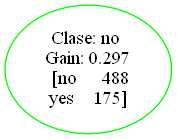
AlejandroFNadal/ia_decision_trees keeps this Graphviz diagram as test_output/gain_ratio.png. Above is the earlier version. Its source is kept beside it as test_output/gain_ratio.dot.
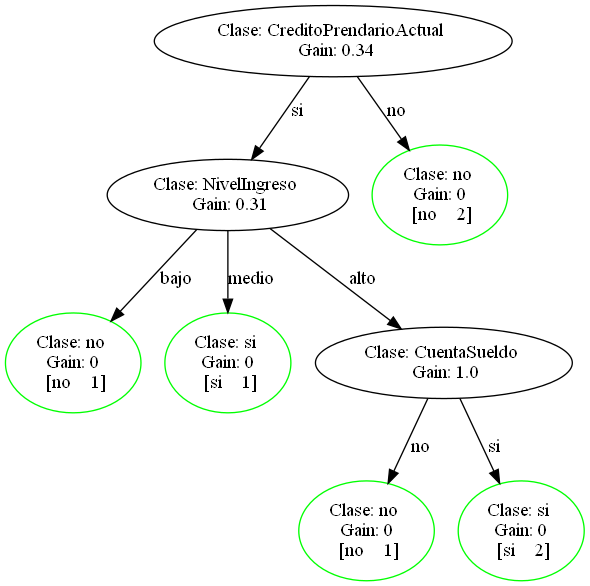
Above is the later version.

Change to the diagram source:
```diff
@@ -1,6 +1,30 @@
 digraph {
-	0 [label="Clase: no
- Gain: 0.297
- [no     488
-yes    175]" color=green]
+	0 [label="Clase: CreditoPrendarioActual
+ Gain: 0.34"]
+	31 [label="Clase: NivelIngreso
+ Gain: 0.31"]
+	0 -> 31 [label=si splines=line]
+	32 [label="Clase: no
+ Gain: 0
+ [no    1]" color=green]
+	31 -> 32 [label=bajo splines=line]
+	33 [label="Clase: si
+ Gain: 0
+ [si    1]" color=green]
+	31 -> 33 [label=medio splines=line]
+	34 [label="Clase: CuentaSueldo
+ Gain: 1.0"]
+	31 -> 34 [label=alto splines=line]
+	35 [label="Clase: no
+ Gain: 0
+ [no    1]" color=green]
+	34 -> 35 [label=no splines=line]
+	36 [label="Clase: si
+ Gain: 0
+ [si    2]" color=green]
+	34 -> 36 [label=si splines=line]
+	37 [label="Clase: no
+ Gain: 0
+ [no    2]" color=green]
+	0 -> 37 [label=no splines=line]
 }
```
